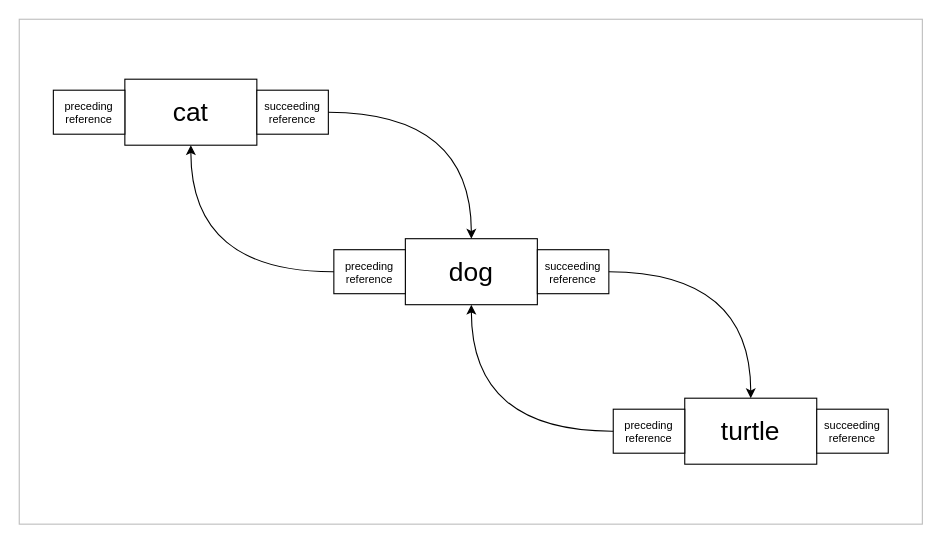
jsdsl/doubly-linked-list keeps this draw.io diagram as img/forward-backward-references.drawio. Above is the earlier version. Source tidied: cells renumbered, new cells numbered last; positions are measured from the earlier drawing's top-left corner, leaving out a move shared by most shapes. Both pictures are drawn from the tidied source at 110%, with x=0, y=0 at pixel (19, 19).
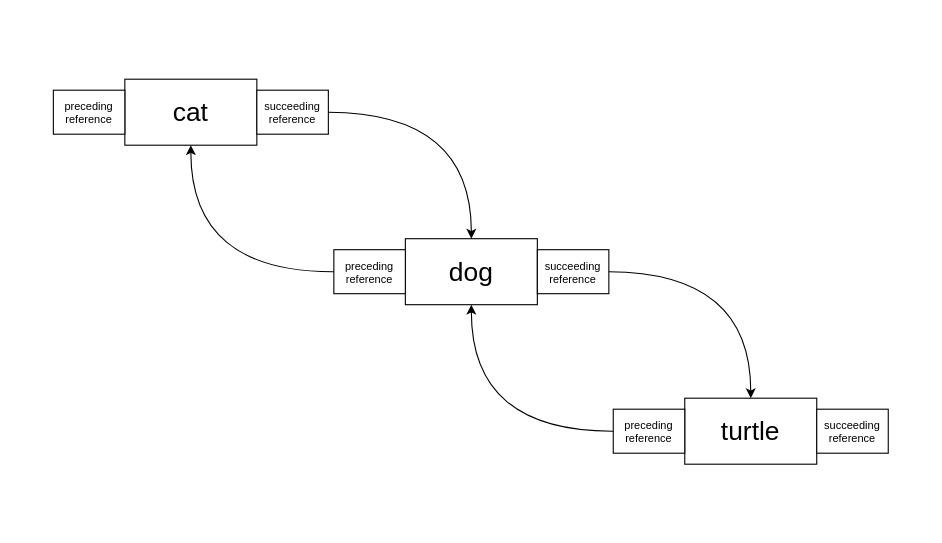
The same diagram, later.

Change to the diagram source:
```diff
@@
-    <mxCell id="2" style="rounded=0;whiteSpace=wrap;html=1;fontFamily=Fira Code;fontSize=10;fillColor=none;strokeColor=#BDBDBD;" parent="1" vertex="1">
+    <mxCell id="2" style="rounded=0;whiteSpace=wrap;html=1;fontFamily=Fira Code;fontSize=10;fillColor=none;strokeColor=none;" parent="1" vertex="1">
       <mxGeometry width="821" height="459" as="geometry" />
     </mxCell>
```
